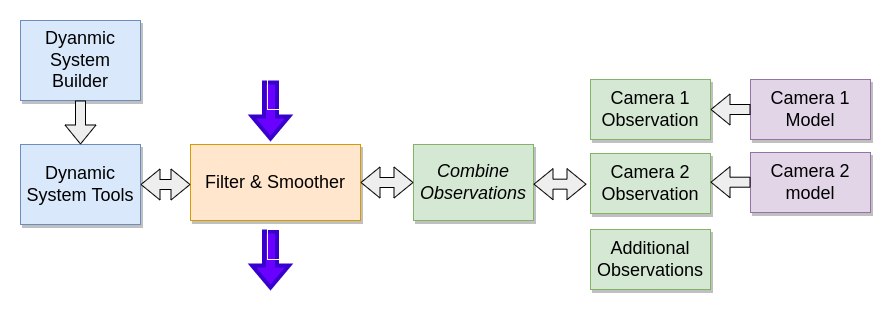
The draw.io diagram docs/img/block_diagram.png in tusq-at-usq/motion-analysis, before a commit. Source tidied: cells renumbered, new cells last; positions are measured from the earlier drawing's top-left corner, leaving out a move shared by most shapes.
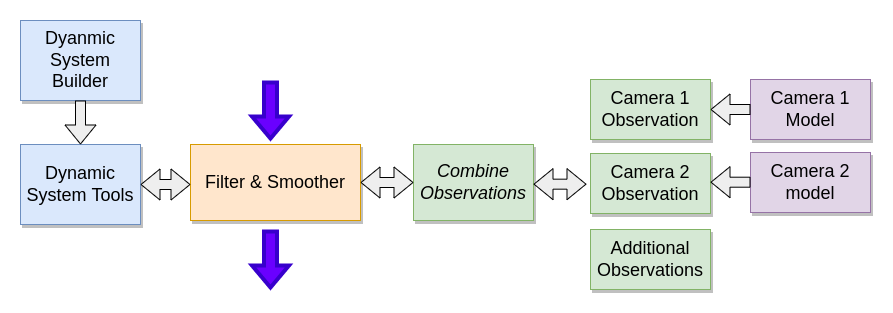
After the change.

What changed in the source:
```diff
@@ -69,10 +69,10 @@
         <mxPoint x="250" y="269" as="targetPoint" />
       </mxGeometry>
     </mxCell>
-    <mxCell id="19" value="&lt;b&gt;&lt;font style=&quot;font-size: 14px&quot;&gt;t-1&lt;/font&gt;&lt;/b&gt;" style="text;html=1;align=center;verticalAlign=middle;whiteSpace=wrap;rounded=0;fillColor=none;strokeColor=#FFFFFF;fontColor=#FFFFFF;" parent="1" vertex="1">
+    <mxCell id="19" value="&lt;b&gt;&lt;font style=&quot;font-size: 18px&quot;&gt;t-1&lt;/font&gt;&lt;/b&gt;" style="text;html=1;align=center;verticalAlign=middle;whiteSpace=wrap;rounded=0;fillColor=none;strokeColor=none;fontColor=#FFFFFF;" parent="1" vertex="1">
       <mxGeometry x="247" y="59" width="60" height="30" as="geometry" />
     </mxCell>
-    <mxCell id="20" value="&lt;b&gt;&lt;font style=&quot;font-size: 14px&quot;&gt;t&lt;/font&gt;&lt;/b&gt;" style="text;html=1;align=center;verticalAlign=middle;whiteSpace=wrap;rounded=0;fillColor=none;strokeColor=#FFFFFF;fontColor=#FFFFFF;" parent="1" vertex="1">
+    <mxCell id="20" value="&lt;b&gt;&lt;font style=&quot;font-size: 18px&quot;&gt;t&lt;/font&gt;&lt;/b&gt;" style="text;html=1;align=center;verticalAlign=middle;whiteSpace=wrap;rounded=0;fillColor=none;strokeColor=none;fontColor=#FFFFFF;" parent="1" vertex="1">
       <mxGeometry x="247" y="209" width="60" height="30" as="geometry" />
     </mxCell>
   </root>
```
